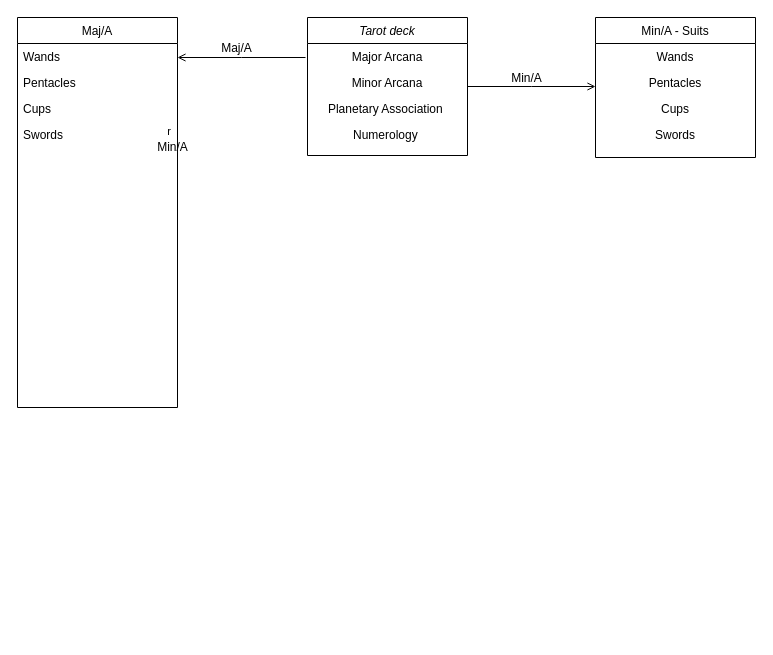
Before: Untitled Diagram.drawio in its-kat/tarotapp, a draw.io diagram. Source tidied: cells renumbered, new cells numbered last; positions are measured from the earlier drawing's top-left corner, leaving out a move shared by most shapes. Both pictures are drawn from the tidied source at 100%, with x=0, y=0 at pixel (17, 17).
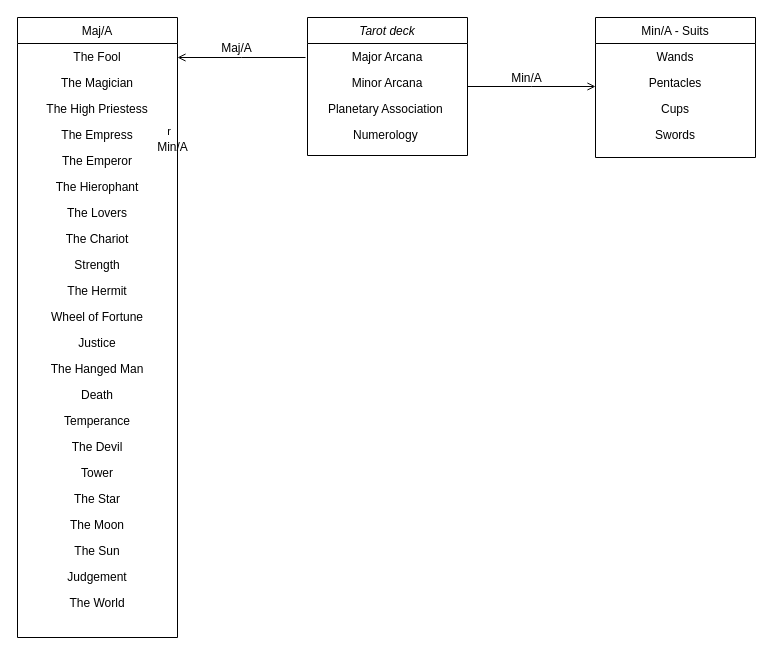
After the change.

Commit message:
updated major arcana names

The edit, as a diff of the source:
```diff
@@
     <mxCell id="14" value="Maj/A" style="swimlane;fontStyle=0;align=center;verticalAlign=top;horizontal=1;startSize=26;rounded=0;shadow=0;strokeWidth=1;" parent="1" vertex="1">
-      <mxGeometry width="160" height="390" as="geometry" />
+      <mxGeometry width="160" height="620" as="geometry" />
     </mxCell>
-    <mxCell id="15" value="Wands" style="text;align=left;verticalAlign=top;spacingLeft=4;spacingRight=4;overflow=hidden;" parent="14" vertex="1">
+    <mxCell id="15" value="The Fool" style="text;align=center;verticalAlign=top;spacingLeft=4;spacingRight=4;overflow=hidden;" parent="14" vertex="1">
       <mxGeometry y="26" width="160" height="26" as="geometry" />
     </mxCell>
-    <mxCell id="16" value="Pentacles" style="text;align=left;verticalAlign=top;spacingLeft=4;spacingRight=4;overflow=hidden;rounded=0;shadow=0;html=0;" parent="14" vertex="1">
+    <mxCell id="16" value="The Magician" style="text;align=center;verticalAlign=top;spacingLeft=4;spacingRight=4;overflow=hidden;rounded=0;shadow=0;html=0;" parent="14" vertex="1">
       <mxGeometry y="52" width="160" height="26" as="geometry" />
     </mxCell>
-    <mxCell id="17" value="Cups" style="text;align=left;verticalAlign=top;spacingLeft=4;spacingRight=4;overflow=hidden;rounded=0;shadow=0;html=0;" parent="14" vertex="1">
+    <mxCell id="17" value="The High Priestess" style="text;align=center;verticalAlign=top;spacingLeft=4;spacingRight=4;overflow=hidden;rounded=0;shadow=0;html=0;" parent="14" vertex="1">
       <mxGeometry y="78" width="160" height="26" as="geometry" />
     </mxCell>
-    <mxCell id="18" value="Swords" style="text;align=left;verticalAlign=top;spacingLeft=4;spacingRight=4;overflow=hidden;rounded=0;shadow=0;html=0;" parent="14" vertex="1">
+    <mxCell id="18" value="The Empress" style="text;align=center;verticalAlign=top;spacingLeft=4;spacingRight=4;overflow=hidden;rounded=0;shadow=0;html=0;" parent="14" vertex="1">
       <mxGeometry y="104" width="160" height="26" as="geometry" />
     </mxCell>
+    <mxCell id="22" value="The Emperor" style="text;align=center;verticalAlign=top;spacingLeft=4;spacingRight=4;overflow=hidden;rounded=0;shadow=0;html=0;" parent="14" vertex="1">
+      <mxGeometry y="130" width="160" height="26" as="geometry" />
+    </mxCell>
+    <mxCell id="23" value="The Hierophant" style="text;align=center;verticalAlign=top;spacingLeft=4;spacingRight=4;overflow=hidden;rounded=0;shadow=0;html=0;" parent="14" vertex="1">
+      <mxGeometry y="156" width="160" height="26" as="geometry" />
+    </mxCell>
+    <mxCell id="24" value="The Lovers" style="text;align=center;verticalAlign=top;spacingLeft=4;spacingRight=4;overflow=hidden;rounded=0;shadow=0;html=0;" parent="14" vertex="1">
+      <mxGeometry y="182" width="160" height="26" as="geometry" />
+    </mxCell>
+    <mxCell id="25" value="The Chariot" style="text;align=center;verticalAlign=top;spacingLeft=4;spacingRight=4;overflow=hidden;rounded=0;shadow=0;html=0;" parent="14" vertex="1">
+      <mxGeometry y="208" width="160" height="26" as="geometry" />
+    </mxCell>
+    <mxCell id="26" value="Strength" style="text;align=center;verticalAlign=top;spacingLeft=4;spacingRight=4;overflow=hidden;rounded=0;shadow=0;html=0;" parent="14" vertex="1">
+      <mxGeometry y="234" width="160" height="26" as="geometry" />
+    </mxCell>
+    <mxCell id="27" value="The Hermit" style="text;align=center;verticalAlign=top;spacingLeft=4;spacingRight=4;overflow=hidden;rounded=0;shadow=0;html=0;" parent="14" vertex="1">
+      <mxGeometry y="260" width="160" height="26" as="geometry" />
+    </mxCell>
+    <mxCell id="28" value="Wheel of Fortune" style="text;align=center;verticalAlign=top;spacingLeft=4;spacingRight=4;overflow=hidden;rounded=0;shadow=0;html=0;" parent="14" vertex="1">
+      <mxGeometry y="286" width="160" height="26" as="geometry" />
+    </mxCell>
+    <mxCell id="29" value="Justice" style="text;align=center;verticalAlign=top;spacingLeft=4;spacingRight=4;overflow=hidden;rounded=0;shadow=0;html=0;" parent="14" vertex="1">
+      <mxGeometry y="312" width="160" height="26" as="geometry" />
+    </mxCell>
+    <mxCell id="30" value="The Hanged Man" style="text;align=center;verticalAlign=top;spacingLeft=4;spacingRight=4;overflow=hidden;rounded=0;shadow=0;html=0;" parent="14" vertex="1">
+      <mxGeometry y="338" width="160" height="26" as="geometry" />
+    </mxCell>
+    <mxCell id="31" value="Death" style="text;align=center;verticalAlign=top;spacingLeft=4;spacingRight=4;overflow=hidden;rounded=0;shadow=0;html=0;" parent="14" vertex="1">
+      <mxGeometry y="364" width="160" height="26" as="geometry" />
+    </mxCell>
+    <mxCell id="32" value="Temperance" style="text;align=center;verticalAlign=top;spacingLeft=4;spacingRight=4;overflow=hidden;rounded=0;shadow=0;html=0;" parent="14" vertex="1">
+      <mxGeometry y="390" width="160" height="26" as="geometry" />
+    </mxCell>
+    <mxCell id="33" value="The Devil&#10;" style="text;align=center;verticalAlign=top;spacingLeft=4;spacingRight=4;overflow=hidden;rounded=0;shadow=0;html=0;" parent="14" vertex="1">
+      <mxGeometry y="416" width="160" height="26" as="geometry" />
+    </mxCell>
+    <mxCell id="34" value="Tower" style="text;align=center;verticalAlign=top;spacingLeft=4;spacingRight=4;overflow=hidden;rounded=0;shadow=0;html=0;" parent="14" vertex="1">
+      <mxGeometry y="442" width="160" height="26" as="geometry" />
+    </mxCell>
+    <mxCell id="35" value="The Star" style="text;align=center;verticalAlign=top;spacingLeft=4;spacingRight=4;overflow=hidden;rounded=0;shadow=0;html=0;" parent="14" vertex="1">
+      <mxGeometry y="468" width="160" height="26" as="geometry" />
+    </mxCell>
+    <mxCell id="36" value="The Moon" style="text;align=center;verticalAlign=top;spacingLeft=4;spacingRight=4;overflow=hidden;rounded=0;shadow=0;html=0;" parent="14" vertex="1">
+      <mxGeometry y="494" width="160" height="26" as="geometry" />
+    </mxCell>
+    <mxCell id="37" value="The Sun" style="text;align=center;verticalAlign=top;spacingLeft=4;spacingRight=4;overflow=hidden;rounded=0;shadow=0;html=0;" parent="14" vertex="1">
+      <mxGeometry y="520" width="160" height="26" as="geometry" />
+    </mxCell>
+    <mxCell id="38" value="Judgement" style="text;align=center;verticalAlign=top;spacingLeft=4;spacingRight=4;overflow=hidden;rounded=0;shadow=0;html=0;" parent="14" vertex="1">
+      <mxGeometry y="546" width="160" height="26" as="geometry" />
+    </mxCell>
+    <mxCell id="39" value="The World" style="text;align=center;verticalAlign=top;spacingLeft=4;spacingRight=4;overflow=hidden;rounded=0;shadow=0;html=0;" parent="14" vertex="1">
+      <mxGeometry y="572" width="160" height="26" as="geometry" />
+    </mxCell>
```
